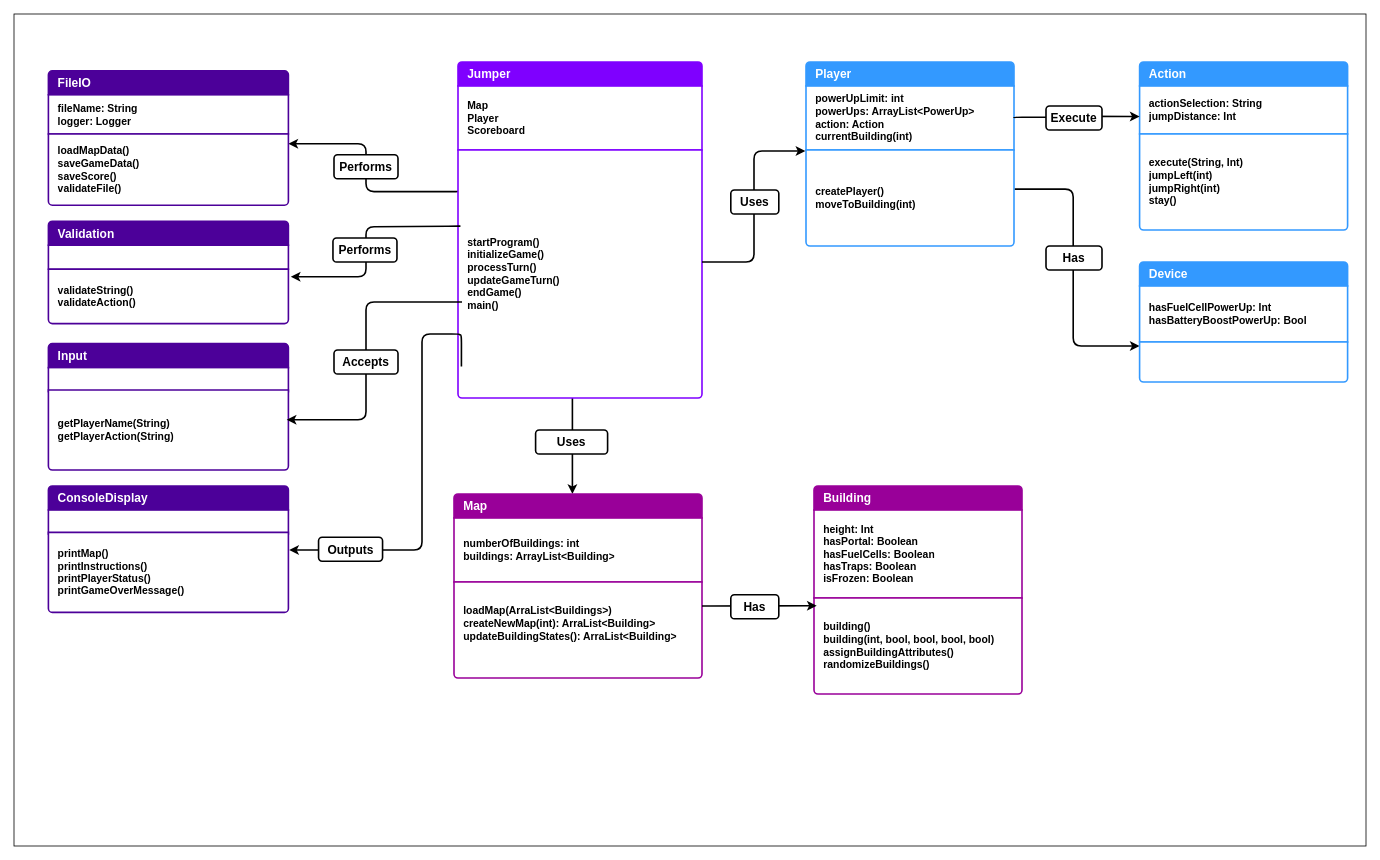
This is Java Programming/Assignment Java Jumper/doc/ClassDiagram.drawio from ByteToBits/CompScience, a draw.io file, before an edit. Source tidied: cells renumbered, new cells numbered last; positions are measured from the earlier drawing's top-left corner, leaving out a move shared by most shapes. Both pictures are drawn from the tidied source at 80%, with x=0, y=0 at pixel (14, 14).
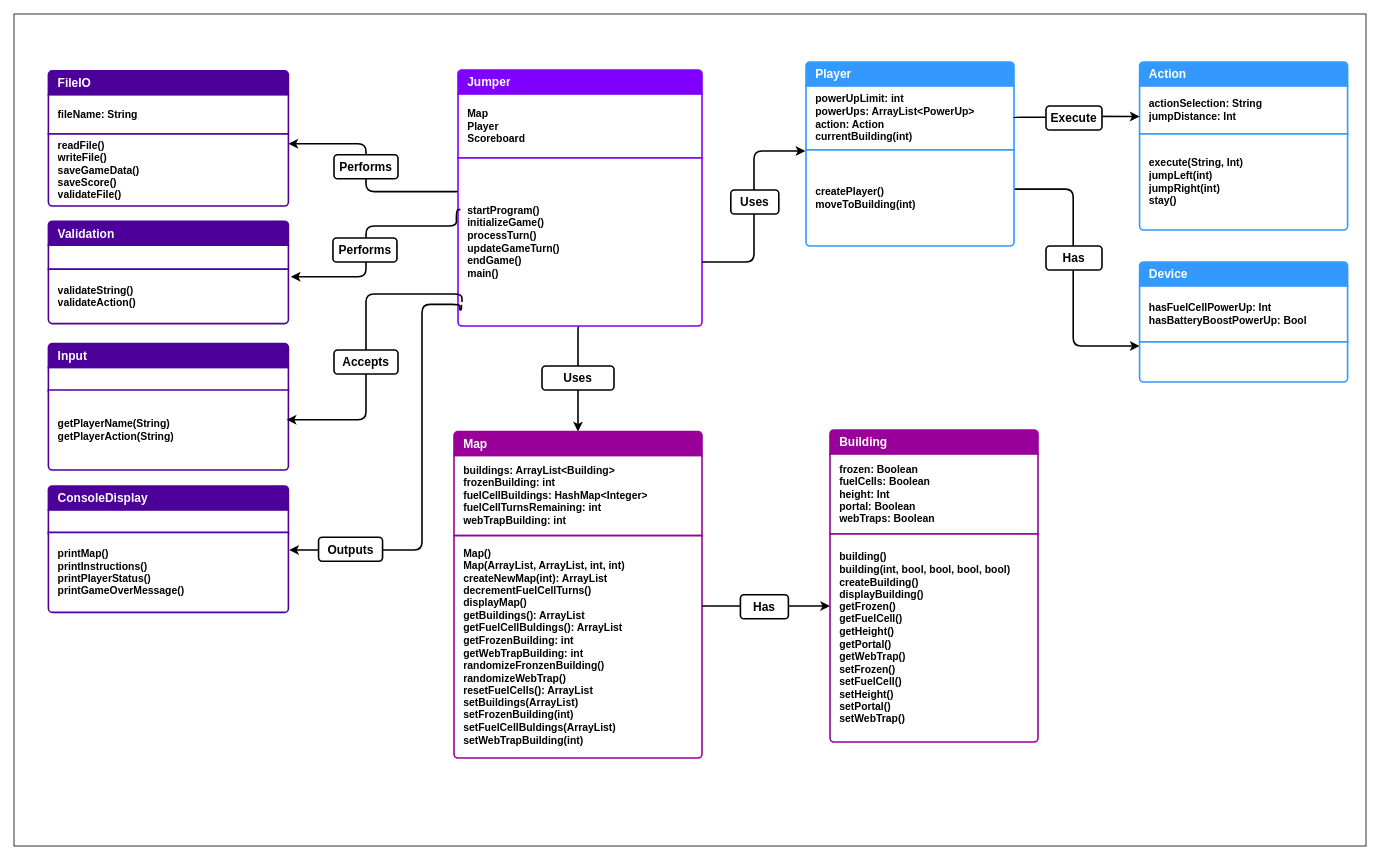
The same page after the edit.

Commit message (it also covers changes not shown here):
Final Assignment: Building

The change refers to these unchanged cells:
```xml
<mxCell id="13" value="getPlayerName(String)&lt;div&gt;getPlayerAction(String)&lt;/div&gt;" style="text;strokeColor=#4C0099;fillColor=#FFFFFF;align=left;verticalAlign=middle;spacingLeft=10;spacingRight=10;overflow=hidden;points=[[0,0.5],[1,0.5]];portConstraint=eastwest;whiteSpace=wrap;html=1;shape=mxgraph.bootstrap.bottomButton;rSize=5;fontColor=#000000;strokeWidth=2;labelPadding=0;labelBorderColor=none;fontSize=13;fontStyle=1;shadow=0;perimeterSpacing=0;swimlaneLine=0;" parent="1" vertex="1">
  <mxGeometry x="43" y="470" width="300" height="100" as="geometry" />
</mxCell>
```

Diff of the diagram source:
```diff
@@
-    <mxCell id="4" style="edgeStyle=orthogonalEdgeStyle;rounded=1;orthogonalLoop=1;jettySize=auto;html=1;curved=0;strokeWidth=2;" parent="1" edge="1">
+    <mxCell id="4" style="edgeStyle=orthogonalEdgeStyle;rounded=1;jettySize=auto;html=1;curved=0;strokeWidth=2;entryX=0.5;entryY=0;entryDx=0;entryDy=0;exitX=0.49;exitY=0.997;exitDx=0;exitDy=0;exitPerimeter=0;" parent="1" edge="1" source="7" target="18">
       <mxGeometry relative="1" as="geometry">
-        <mxPoint x="698" y="480" as="sourcePoint" />
-        <mxPoint x="698" y="600" as="targetPoint" />
         <Array as="points">
-          <mxPoint x="698" y="273" />
+          <mxPoint x="707" y="389" />
+          <mxPoint x="705" y="390" />
         </Array>
       </mxGeometry>
     </mxCell>
     <mxCell id="5" value="Jumper" style="text;strokeColor=#7F00FF;fillColor=#7F00FF;align=left;verticalAlign=middle;spacingLeft=10;spacingRight=10;overflow=hidden;whiteSpace=wrap;html=1;shape=mxgraph.bootstrap.topButton;rSize=5;fontColor=#ffffff;labelBackgroundColor=none;fontSize=15;fontStyle=1;fontFamily=Helvetica;strokeWidth=2;labelPadding=0;labelBorderColor=none;shadow=0;perimeterSpacing=0;swimlaneLine=0;" parent="1" vertex="1">
-      <mxGeometry x="555" y="60" width="305" height="30" as="geometry" />
+      <mxGeometry x="555" y="70" width="305" height="30" as="geometry" />
     </mxCell>
     <mxCell id="6" value="Map&lt;div&gt;Player&lt;/div&gt;&lt;div&gt;Scoreboard&lt;/div&gt;" style="text;strokeColor=#7F00FF;fillColor=#FFFFFF;align=left;verticalAlign=middle;spacingLeft=10;spacingRight=10;overflow=hidden;whiteSpace=wrap;html=1;rSize=5;fontColor=#000000;strokeWidth=2;labelPadding=0;labelBorderColor=none;fontSize=13;fontStyle=1;shadow=0;perimeterSpacing=0;swimlaneLine=0;" parent="1" vertex="1">
-      <mxGeometry x="555" y="90" width="305" height="80" as="geometry" />
+      <mxGeometry x="555" y="100" width="305" height="80" as="geometry" />
     </mxCell>
     <mxCell id="7" value="startProgram()&lt;div&gt;initializeGame()&lt;/div&gt;&lt;div&gt;processTurn()&lt;/div&gt;&lt;div&gt;updateGameTurn()&lt;/div&gt;&lt;div&gt;endGame()&lt;/div&gt;&lt;div&gt;main()&lt;/div&gt;" style="text;strokeColor=#7F00FF;fillColor=#FFFFFF;align=left;verticalAlign=middle;spacingLeft=10;spacingRight=10;overflow=hidden;points=[[0,0.5],[1,0.5]];portConstraint=eastwest;whiteSpace=wrap;html=1;shape=mxgraph.bootstrap.bottomButton;rSize=5;fontColor=#000000;strokeWidth=2;labelPadding=0;labelBorderColor=none;fontSize=13;fontStyle=1;shadow=0;perimeterSpacing=0;swimlaneLine=0;" parent="1" vertex="1">
-      <mxGeometry x="555" y="170" width="305" height="310" as="geometry" />
+      <mxGeometry x="555" y="180" width="305" height="210" as="geometry" />
     </mxCell>
@@
     <mxCell id="14" style="edgeStyle=orthogonalEdgeStyle;rounded=1;jettySize=auto;html=1;curved=0;strokeWidth=2;entryX=0.993;entryY=0.371;entryDx=0;entryDy=0;entryPerimeter=0;" parent="1" edge="1" target="13">
       <mxGeometry relative="1" as="geometry">
         <mxPoint x="560" y="360" as="sourcePoint" />
         <Array as="points">
-          <mxPoint x="560" y="360" />
-          <mxPoint x="440" y="360" />
+          <mxPoint x="560" y="350" />
+          <mxPoint x="440" y="350" />
           <mxPoint x="440" y="507" />
         </Array>
       </mxGeometry>
     </mxCell>
@@
     <mxCell id="18" style="swimlane;fontStyle=1;horizontal=1;startSize=0;whiteSpace=wrap;html=1;strokeColor=none;fillColor=none;strokeWidth=2;labelPadding=0;labelBorderColor=none;fontSize=13;shadow=0;perimeterSpacing=0;swimlaneLine=0;" parent="1" vertex="1">
-      <mxGeometry x="550" y="600" width="310" height="110" as="geometry" />
+      <mxGeometry x="550" y="522" width="310" height="130" as="geometry" />
     </mxCell>
@@
-    <mxCell id="20" value="&lt;div&gt;numberOfBuildings: int&lt;/div&gt;buildings: ArrayList&amp;lt;Building&amp;gt;" style="text;strokeColor=#990099;fillColor=#FFFFFF;align=left;verticalAlign=middle;spacingLeft=10;spacingRight=10;overflow=hidden;whiteSpace=wrap;html=1;rSize=5;fontColor=#000000;strokeWidth=2;labelPadding=0;labelBorderColor=none;fontSize=13;fontStyle=1;shadow=0;perimeterSpacing=0;swimlaneLine=0;" parent="18" vertex="1">
-      <mxGeometry y="30" width="310" height="80" as="geometry" />
+    <mxCell id="20" value="&lt;div&gt;buildings: ArrayList&amp;lt;Building&amp;gt;&lt;br&gt;frozenBuilding: int&lt;br&gt;fuelCellBuildings: HashMap&amp;lt;Integer&amp;gt;&lt;br&gt;fuelCellTurnsRemaining: int&lt;br&gt;webTrapBuilding: int&lt;br&gt;&lt;/div&gt;" style="text;strokeColor=#990099;fillColor=#FFFFFF;align=left;verticalAlign=middle;spacingLeft=10;spacingRight=10;overflow=hidden;whiteSpace=wrap;html=1;rSize=5;fontColor=#000000;strokeWidth=2;labelPadding=0;labelBorderColor=none;fontSize=13;fontStyle=1;shadow=0;perimeterSpacing=0;swimlaneLine=0;" parent="18" vertex="1">
+      <mxGeometry y="30" width="310" height="100" as="geometry" />
     </mxCell>
     <mxCell id="21" style="swimlane;fontStyle=1;horizontal=1;startSize=0;whiteSpace=wrap;html=1;strokeColor=none;fillColor=none;strokeWidth=2;labelPadding=0;labelBorderColor=none;fontSize=13;shadow=0;perimeterSpacing=0;swimlaneLine=0;" parent="1" vertex="1">
-      <mxGeometry x="1000" y="590" width="260" height="260" as="geometry" />
+      <mxGeometry x="1020" y="520" width="260" height="390" as="geometry" />
     </mxCell>
@@
-    <mxCell id="23" value="height: Int&lt;div&gt;hasPortal: Boolean&lt;/div&gt;&lt;div&gt;hasFuelCells: Boolean&lt;/div&gt;&lt;div&gt;hasTraps: Boolean&lt;/div&gt;&lt;div&gt;isFrozen: Boolean&lt;/div&gt;" style="text;strokeColor=#990099;fillColor=#FFFFFF;align=left;verticalAlign=middle;spacingLeft=10;spacingRight=10;overflow=hidden;whiteSpace=wrap;html=1;rSize=5;fontColor=#000000;strokeWidth=2;labelPadding=0;labelBorderColor=none;fontSize=13;fontStyle=1;shadow=0;perimeterSpacing=0;swimlaneLine=0;" parent="21" vertex="1">
-      <mxGeometry y="30" width="260" height="110" as="geometry" />
+    <mxCell id="23" value="frozen: Boolean&lt;br&gt;fuelCells: Boolean&lt;br&gt;height: Int&lt;br&gt;portal: Boolean&lt;br&gt;webTraps: Boolean" style="text;strokeColor=#990099;fillColor=#FFFFFF;align=left;verticalAlign=middle;spacingLeft=10;spacingRight=10;overflow=hidden;whiteSpace=wrap;html=1;rSize=5;fontColor=#000000;strokeWidth=2;labelPadding=0;labelBorderColor=none;fontSize=13;fontStyle=1;shadow=0;perimeterSpacing=0;swimlaneLine=0;" parent="21" vertex="1">
+      <mxGeometry y="30" width="260" height="100" as="geometry" />
     </mxCell>
-    <mxCell id="24" value="&lt;div&gt;building()&lt;/div&gt;&lt;div&gt;building(int, bool, bool, bool, bool)&lt;/div&gt;&lt;div&gt;assignBuildingAttributes()&lt;/div&gt;randomizeBuildings()" style="text;strokeColor=#990099;fillColor=#FFFFFF;align=left;verticalAlign=middle;spacingLeft=10;spacingRight=10;overflow=hidden;points=[[0,0.5],[1,0.5]];portConstraint=eastwest;whiteSpace=wrap;html=1;shape=mxgraph.bootstrap.bottomButton;rSize=5;fontColor=#000000;strokeWidth=2;labelPadding=0;labelBorderColor=none;fontSize=13;fontStyle=1;shadow=0;perimeterSpacing=0;swimlaneLine=0;" parent="21" vertex="1">
-      <mxGeometry y="140" width="260" height="120" as="geometry" />
+    <mxCell id="24" value="building()&lt;br&gt;building(int, bool, bool, bool, bool)&lt;br&gt;createBuilding()&lt;br&gt;displayBuilding()&lt;br&gt;getFrozen()&lt;br&gt;getFuelCell()&lt;br&gt;getHeight()&lt;br&gt;getPortal()&lt;br&gt;getWebTrap()&lt;br&gt;setFrozen()&lt;br&gt;setFuelCell()&lt;br&gt;setHeight()&lt;br&gt;setPortal()&lt;br&gt;setWebTrap()" style="text;strokeColor=#990099;fillColor=#FFFFFF;align=left;verticalAlign=middle;spacingLeft=10;spacingRight=10;overflow=hidden;points=[[0,0.5],[1,0.5]];portConstraint=eastwest;whiteSpace=wrap;html=1;shape=mxgraph.bootstrap.bottomButton;rSize=5;fontColor=#000000;strokeWidth=2;labelPadding=0;labelBorderColor=none;fontSize=13;fontStyle=1;shadow=0;perimeterSpacing=0;swimlaneLine=0;" parent="21" vertex="1">
+      <mxGeometry y="130" width="260" height="260" as="geometry" />
     </mxCell>
@@
     <mxCell id="29" value="Uses" style="text;strokeColor=default;fillColor=default;align=center;verticalAlign=middle;whiteSpace=wrap;rounded=1;fontSize=15;strokeWidth=2;fontStyle=1;labelBackgroundColor=default;gradientColor=none;imageHeight=22;" parent="1" vertex="1">
-      <mxGeometry x="652" y="520" width="90" height="30" as="geometry" />
+      <mxGeometry x="660" y="440" width="90" height="30" as="geometry" />
     </mxCell>
-    <mxCell id="30" value="loadMap(ArraList&amp;lt;Buildings&amp;gt;)&lt;div&gt;createNewMap(int): ArraList&amp;lt;Building&amp;gt;&lt;/div&gt;&lt;div&gt;updateBuildingStates(): ArraList&amp;lt;Building&amp;gt;&lt;/div&gt;&lt;div&gt;&lt;br&gt;&lt;/div&gt;" style="text;strokeColor=#990099;fillColor=#FFFFFF;align=left;verticalAlign=middle;spacingLeft=10;spacingRight=10;overflow=hidden;whiteSpace=wrap;html=1;shape=mxgraph.bootstrap.bottomButton;rSize=5;fontColor=#000000;strokeWidth=2;labelPadding=0;labelBorderColor=none;fontSize=13;fontStyle=1;shadow=0;perimeterSpacing=0;swimlaneLine=0;" parent="1" vertex="1">
-      <mxGeometry x="550" y="710" width="310" height="120" as="geometry" />
+    <mxCell id="30" value="&lt;div&gt;Map()&lt;br&gt;Map(ArrayList, ArrayList, int, int)&lt;br&gt;createNewMap(int): ArrayList&lt;br&gt;decrementFuelCellTurns()&lt;br&gt;displayMap()&lt;br&gt;getBuildings(): ArrayList&lt;br&gt;getFuelCellBuldings(): ArrayList&lt;br&gt;getFrozenBuilding: int&lt;br&gt;getWebTrapBuilding: int&lt;br&gt;randomizeFronzenBuilding()&lt;br&gt;randomizeWebTrap()&lt;br&gt;resetFuelCells(): ArrayList&lt;br&gt;setBuildings(ArrayList)&lt;br&gt;setFrozenBuilding(int)&lt;br&gt;setFuelCellBuldings(ArrayList)&lt;br&gt;setWebTrapBuilding(int)&lt;br&gt;&lt;/div&gt;" style="text;strokeColor=#990099;fillColor=#FFFFFF;align=left;verticalAlign=middle;spacingLeft=10;spacingRight=10;overflow=hidden;whiteSpace=wrap;html=1;shape=mxgraph.bootstrap.bottomButton;rSize=5;fontColor=#000000;strokeWidth=2;labelPadding=0;labelBorderColor=none;fontSize=13;fontStyle=1;shadow=0;perimeterSpacing=0;swimlaneLine=0;" parent="1" vertex="1">
+      <mxGeometry x="550" y="652" width="310" height="278" as="geometry" />
     </mxCell>
@@
-    <mxCell id="32" value="fileName: String&lt;div&gt;logger: Logger&lt;/div&gt;" style="text;strokeColor=#4C0099;fillColor=#FFFFFF;align=left;verticalAlign=middle;spacingLeft=10;spacingRight=10;overflow=hidden;whiteSpace=wrap;html=1;rSize=5;fontColor=#000000;strokeWidth=2;labelPadding=0;labelBorderColor=none;fontSize=13;fontStyle=1;shadow=0;perimeterSpacing=0;swimlaneLine=0;" parent="1" vertex="1">
+    <mxCell id="32" value="fileName: String" style="text;strokeColor=#4C0099;fillColor=#FFFFFF;align=left;verticalAlign=middle;spacingLeft=10;spacingRight=10;overflow=hidden;whiteSpace=wrap;html=1;rSize=5;fontColor=#000000;strokeWidth=2;labelPadding=0;labelBorderColor=none;fontSize=13;fontStyle=1;shadow=0;perimeterSpacing=0;swimlaneLine=0;" parent="1" vertex="1">
       <mxGeometry x="43" y="101" width="300" height="49" as="geometry" />
     </mxCell>
-    <mxCell id="33" value="loadMapData()&lt;div&gt;saveGameData()&lt;/div&gt;&lt;div&gt;saveScore()&lt;/div&gt;&lt;div&gt;validateFile()&lt;/div&gt;" style="text;strokeColor=#4C0099;fillColor=#FFFFFF;align=left;verticalAlign=middle;spacingLeft=10;spacingRight=10;overflow=hidden;whiteSpace=wrap;html=1;shape=mxgraph.bootstrap.bottomButton;rSize=5;fontColor=#000000;strokeWidth=2;labelPadding=0;labelBorderColor=none;fontSize=13;fontStyle=1;shadow=0;perimeterSpacing=0;swimlaneLine=0;" parent="1" vertex="1">
-      <mxGeometry x="43" y="150" width="300" height="89" as="geometry" />
+    <mxCell id="33" value="readFile()&lt;div&gt;writeFile()&lt;br&gt;&lt;div&gt;saveGameData()&lt;/div&gt;&lt;div&gt;saveScore()&lt;/div&gt;&lt;div&gt;validateFile()&lt;/div&gt;&lt;/div&gt;" style="text;strokeColor=#4C0099;fillColor=#FFFFFF;align=left;verticalAlign=middle;spacingLeft=10;spacingRight=10;overflow=hidden;whiteSpace=wrap;html=1;shape=mxgraph.bootstrap.bottomButton;rSize=5;fontColor=#000000;strokeWidth=2;labelPadding=0;labelBorderColor=none;fontSize=13;fontStyle=1;shadow=0;perimeterSpacing=0;swimlaneLine=0;" parent="1" vertex="1">
+      <mxGeometry x="43" y="150" width="300" height="90" as="geometry" />
     </mxCell>
@@
     <mxCell id="42" style="edgeStyle=orthogonalEdgeStyle;rounded=1;jettySize=auto;html=1;curved=0;strokeWidth=2;exitX=0.014;exitY=0.873;exitDx=0;exitDy=0;exitPerimeter=0;" parent="1" edge="1" source="7">
       <mxGeometry relative="1" as="geometry">
         <mxPoint x="344" y="670" as="targetPoint" />
         <Array as="points">
-          <mxPoint x="557" y="401" />
-          <mxPoint x="557" y="400" />
-          <mxPoint x="510" y="400" />
+          <mxPoint x="559" y="370" />
+          <mxPoint x="557" y="370" />
+          <mxPoint x="557" y="363" />
+          <mxPoint x="510" y="363" />
           <mxPoint x="510" y="670" />
         </Array>
       </mxGeometry>
     </mxCell>
@@
-    <mxCell id="44" style="edgeStyle=orthogonalEdgeStyle;rounded=1;jettySize=auto;html=1;curved=0;strokeWidth=2;entryX=0.013;entryY=0.08;entryDx=0;entryDy=0;entryPerimeter=0;" parent="1" edge="1" target="24">
+    <mxCell id="44" style="edgeStyle=orthogonalEdgeStyle;rounded=1;orthogonalLoop=1;jettySize=auto;html=1;curved=0;strokeWidth=2;" parent="1" edge="1">
       <mxGeometry relative="1" as="geometry">
         <mxPoint x="860" y="740" as="sourcePoint" />
+        <mxPoint x="1020" y="740" as="targetPoint" />
         <Array as="points">
           <mxPoint x="861" y="740" />
           <mxPoint x="930" y="740" />
         </Array>
       </mxGeometry>
     </mxCell>
     <mxCell id="45" value="Has" style="text;strokeColor=default;fillColor=default;align=center;verticalAlign=middle;whiteSpace=wrap;rounded=1;fontSize=15;strokeWidth=2;fontStyle=1;labelBackgroundColor=default;gradientColor=none;imageHeight=22;" parent="1" vertex="1">
-      <mxGeometry x="896" y="726" width="60" height="30" as="geometry" />
+      <mxGeometry x="908" y="726" width="60" height="30" as="geometry" />
     </mxCell>
```
